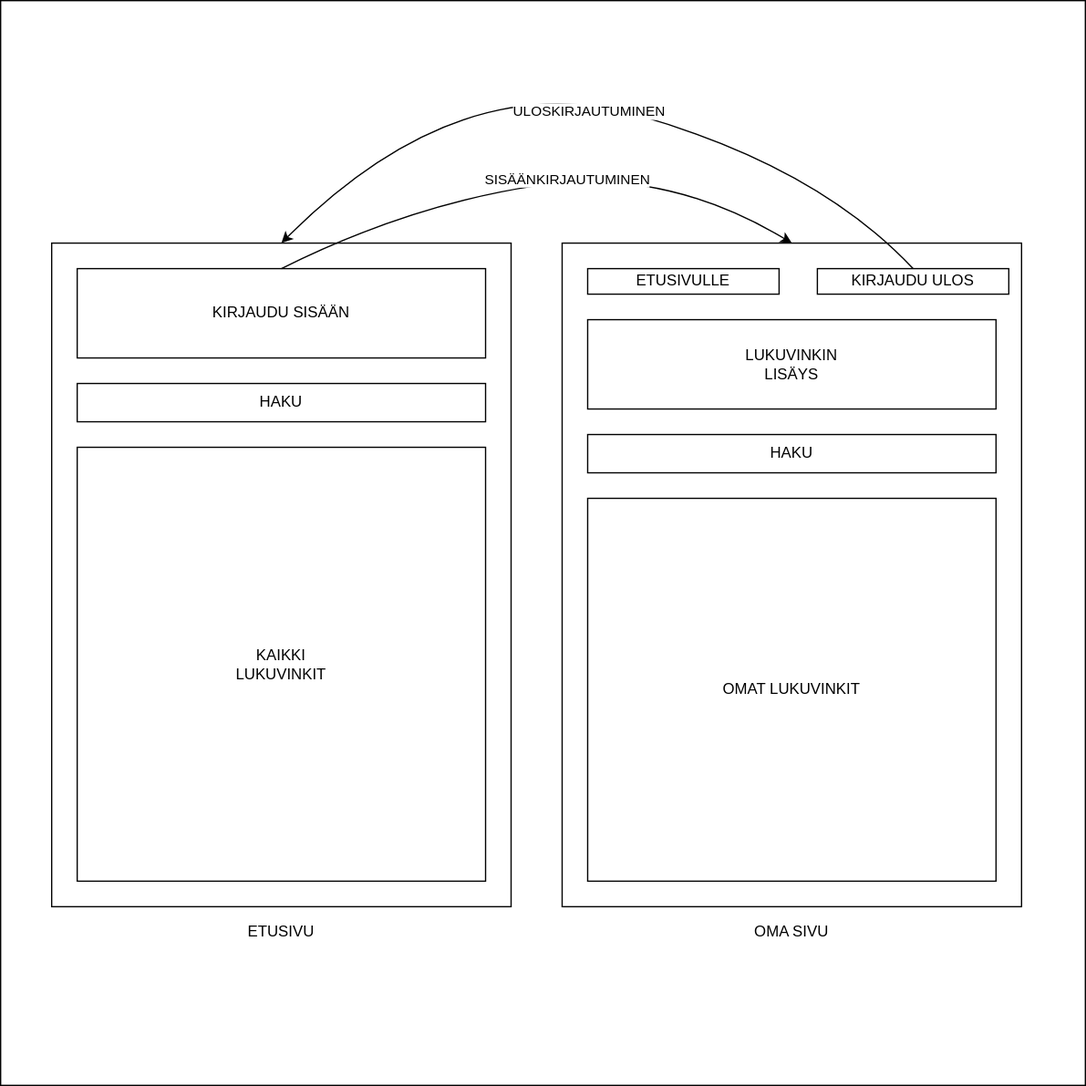
This is dokumentaatio/ui_rautalanka.svg from TeemuBergman/OHTU-lukuvinkkikirjasto, a draw.io export, as it was before one commit. Source tidied: cells renumbered, new cells last; positions are measured from the earlier drawing's top-left corner, leaving out a move shared by most shapes.
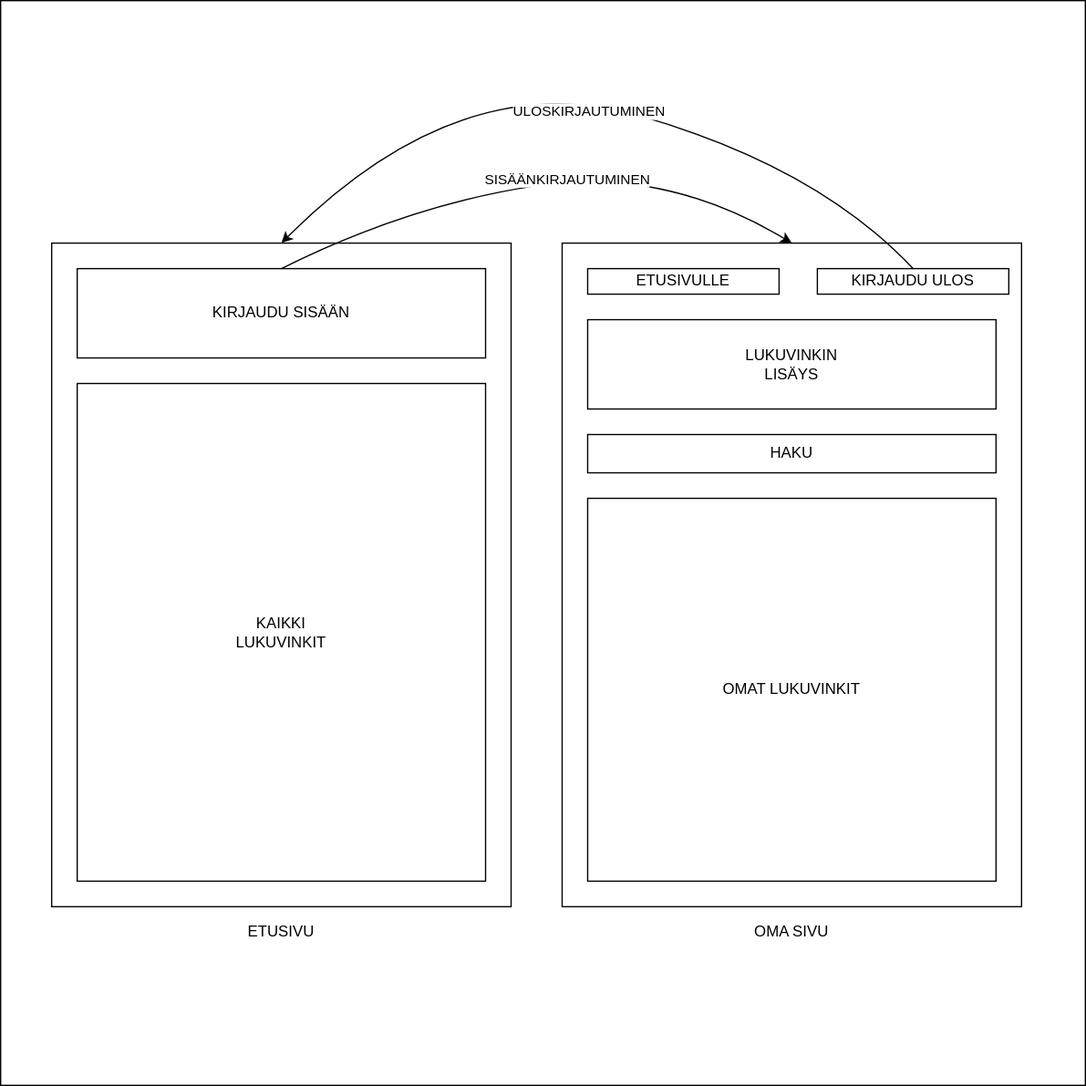
After the change.

Commit message:
Haku poistettu

Change to the diagram source:
```diff
@@ -14,11 +14,8 @@
     <mxCell id="5" value="KIRJAUDU SISÄÄN" style="whiteSpace=wrap;html=1;" parent="1" vertex="1">
       <mxGeometry x="60" y="210" width="320" height="70" as="geometry" />
     </mxCell>
-    <mxCell id="6" value="HAKU" style="whiteSpace=wrap;html=1;" parent="1" vertex="1">
-      <mxGeometry x="60" y="300" width="320" height="30" as="geometry" />
-    </mxCell>
     <mxCell id="7" value="&lt;div&gt;KAIKKI&lt;/div&gt;&lt;div&gt;LUKUVINKIT&lt;br&gt;&lt;/div&gt;" style="whiteSpace=wrap;html=1;" parent="1" vertex="1">
-      <mxGeometry x="60" y="350" width="320" height="340" as="geometry" />
+      <mxGeometry x="60" y="300" width="320" height="390" as="geometry" />
     </mxCell>
     <mxCell id="8" value="ETUSIVULLE" style="whiteSpace=wrap;html=1;" parent="1" vertex="1">
       <mxGeometry x="460" y="210" width="150" height="20" as="geometry" />
```
